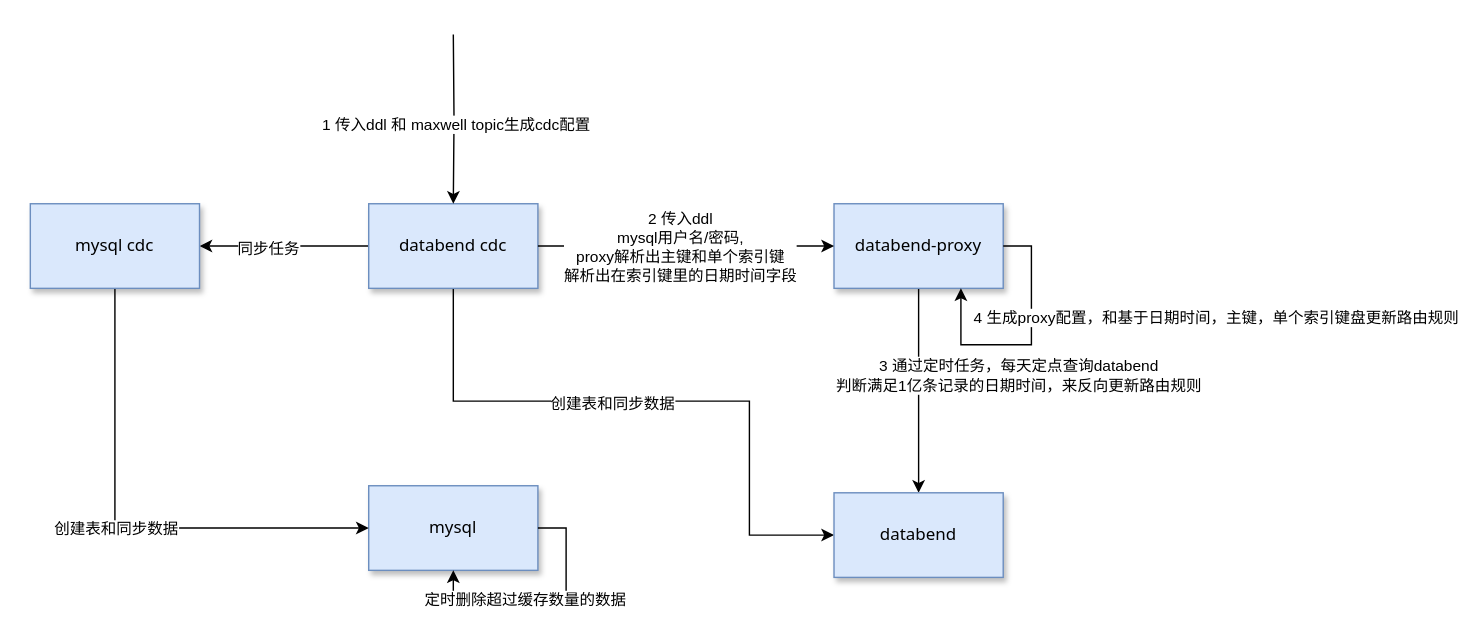
Earlier version of the draw.io diagram doc/databend-mysql缓存实现设计.drawio (jackjoesh/databend). Source tidied: cells renumbered, new cells numbered last; positions are measured from the earlier drawing's top-left corner, leaving out a move shared by most shapes. Both pictures are drawn from the tidied source at 141%, with x=0, y=0 at pixel (30, 34).
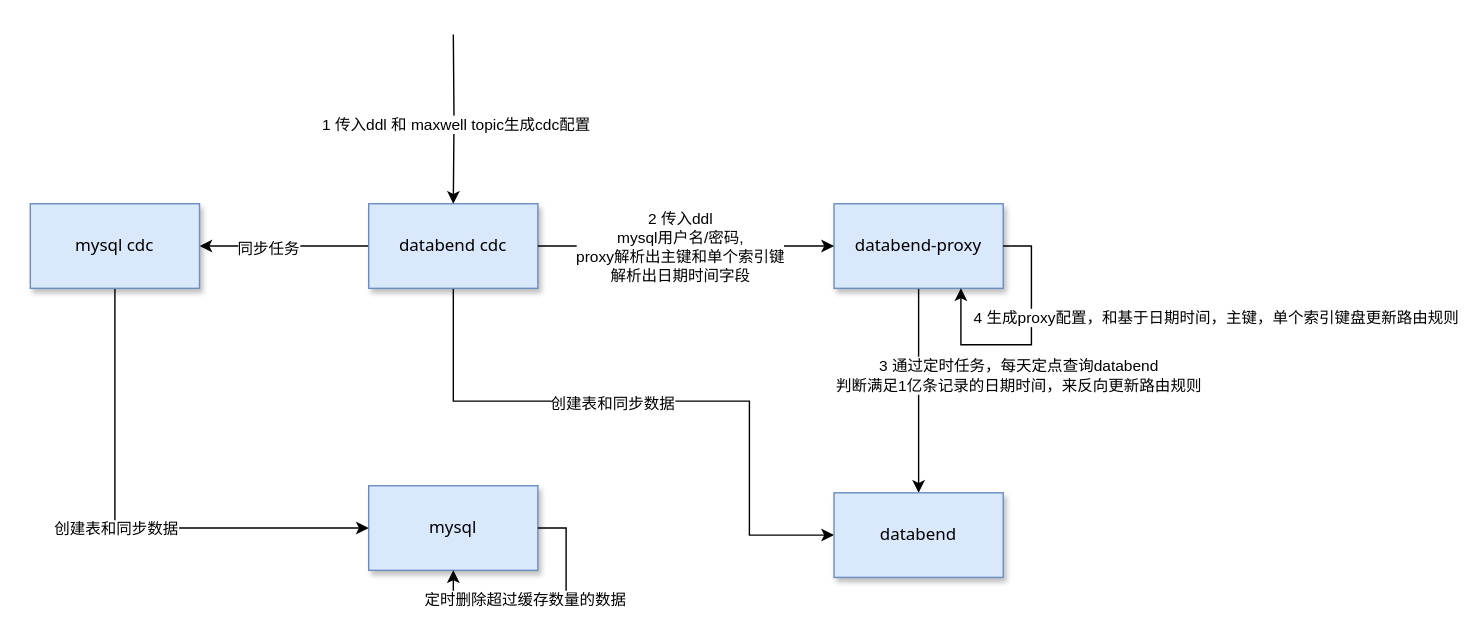
After the change.

Commit message:
更新databend-mysql缓存实现设计.drawio

The change refers to these unchanged cells:
```xml
<mxCell id="13" style="edgeStyle=orthogonalEdgeStyle;rounded=0;jettySize=auto;html=1;exitX=1;exitY=0.5;exitDx=0;exitDy=0;" parent="1" edge="1" source="6" target="9">
  <mxGeometry relative="1" as="geometry" />
</mxCell>
```

Diff of the diagram source:
```diff
@@
-    <mxCell id="14" value="2 传入ddl&lt;div&gt;mysql用户名/密码,&lt;div&gt;proxy解析出主键和单个索引键&lt;/div&gt;&lt;/div&gt;&lt;div&gt;解析出在索引键里的日期时间字段&lt;/div&gt;" style="edgeLabel;html=1;align=center;verticalAlign=middle;" parent="13" vertex="1">
+    <mxCell id="14" value="2 传入ddl&lt;div&gt;mysql用户名/密码,&lt;div&gt;proxy解析出主键和单个索引键&lt;/div&gt;&lt;/div&gt;&lt;div&gt;解析出日期时间字段&lt;/div&gt;" style="edgeLabel;html=1;align=center;verticalAlign=middle;" parent="13" vertex="1">
       <mxGeometry x="0.21" y="2" relative="1" as="geometry">
         <mxPoint x="-27" y="2" as="offset" />
       </mxGeometry>
     </mxCell>
```
